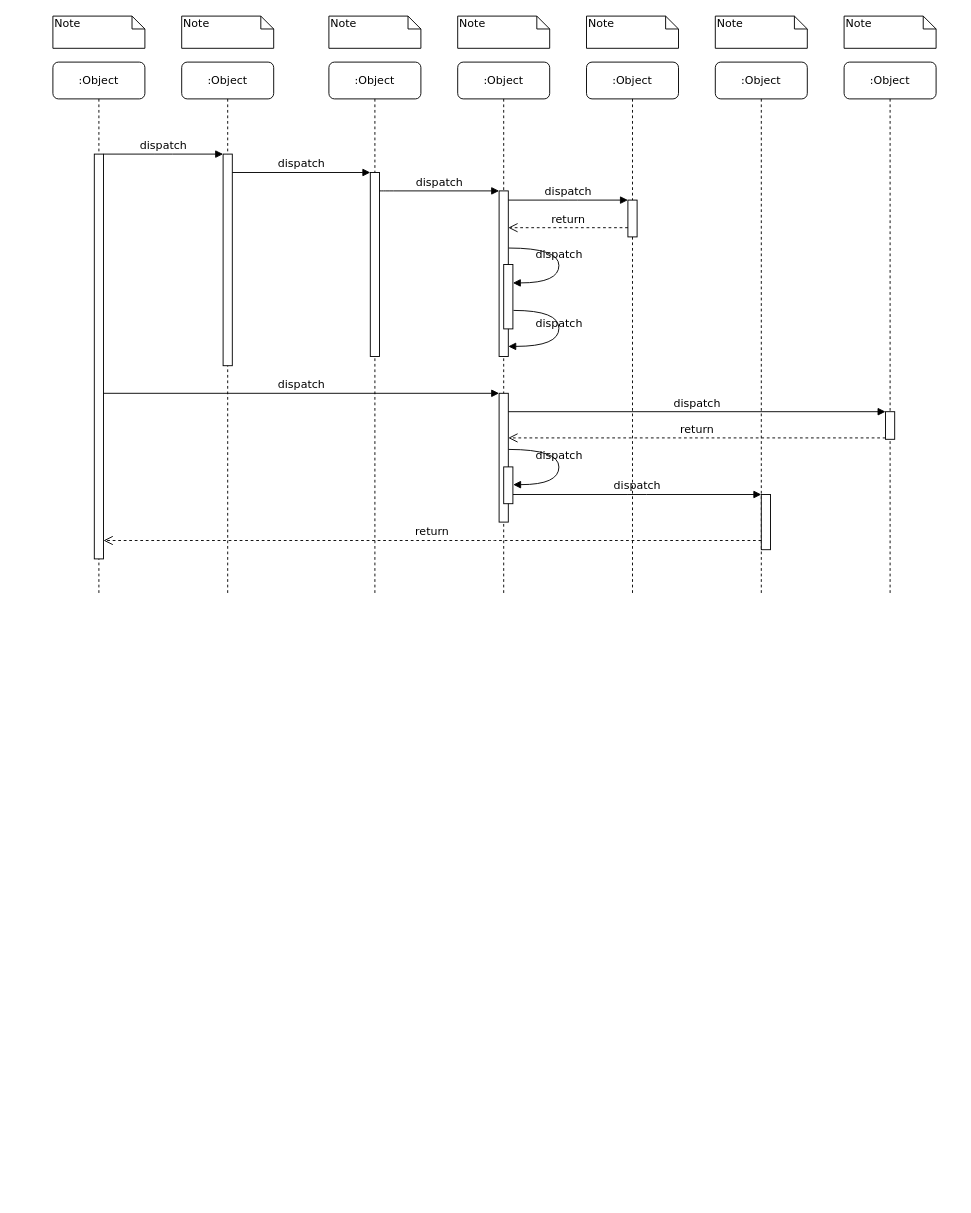
The draw.io diagram Delivarable3/SequenceDiagram/Untitled Diagram.drawio in TMCEID/SoftEngFishApp, before the edit. Source tidied: cells renumbered, new cells numbered last; positions are measured from the earlier drawing's top-left corner, leaving out a move shared by most shapes. Both pictures are drawn from the tidied source at 92%, with x=0, y=0 at pixel (52, 16).
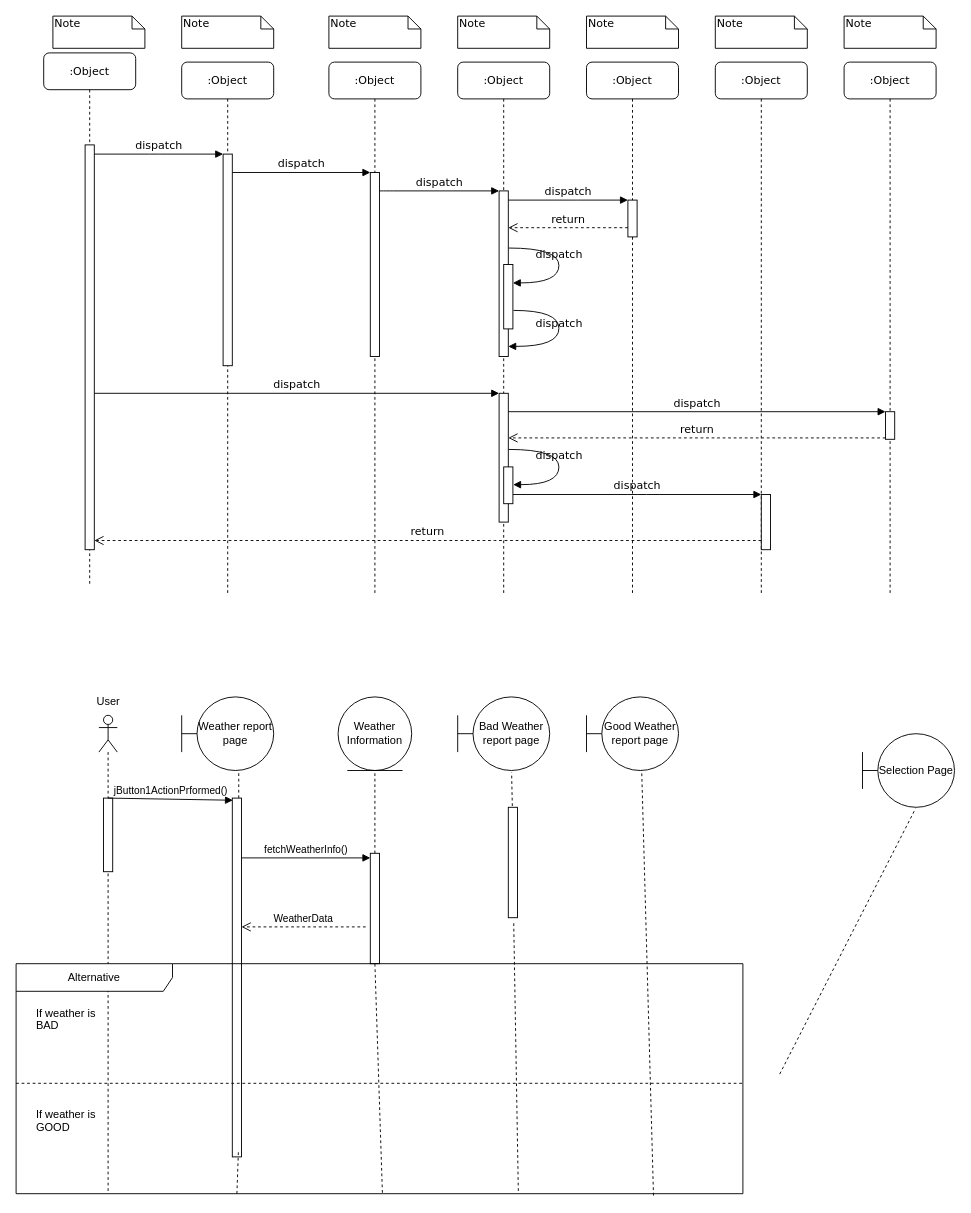
After the change.

Change to the diagram source:
```diff
@@
     <mxCell id="10" value=":Object" style="shape=umlLifeline;perimeter=lifelinePerimeter;whiteSpace=wrap;html=1;rounded=1;shadow=0;comic=0;labelBackgroundColor=none;strokeWidth=1;fontFamily=Verdana;fontSize=12;align=center;" parent="1" vertex="1">
-      <mxGeometry y="50" width="100" height="580" as="geometry" />
+      <mxGeometry x="-10" y="40" width="100" height="580" as="geometry" />
     </mxCell>
@@
+    <mxCell id="39" value="Weather report page" style="shape=umlBoundary;whiteSpace=wrap;html=1;" parent="1" vertex="1">
+      <mxGeometry x="140" y="740" width="100" height="80" as="geometry" />
+    </mxCell>
+    <mxCell id="40" value="Bad Weather report page" style="shape=umlBoundary;whiteSpace=wrap;html=1;" parent="1" vertex="1">
+      <mxGeometry x="440" y="740" width="100" height="80" as="geometry" />
+    </mxCell>
+    <mxCell id="41" value="Good Weather report page" style="shape=umlBoundary;whiteSpace=wrap;html=1;" parent="1" vertex="1">
+      <mxGeometry x="580" y="740" width="100" height="80" as="geometry" />
+    </mxCell>
+    <mxCell id="42" value="Selection Page" style="shape=umlBoundary;whiteSpace=wrap;html=1;" parent="1" vertex="1">
+      <mxGeometry x="880" y="780" width="100" height="80" as="geometry" />
+    </mxCell>
+    <mxCell id="43" style="shape=umlLifeline;perimeter=lifelinePerimeter;whiteSpace=wrap;html=1;newEdgeStyle={&quot;curved&quot;:0,&quot;rounded&quot;:0};participant=umlActor;" parent="1" vertex="1">
+      <mxGeometry x="50" y="760" width="20" height="520" as="geometry" />
+    </mxCell>
+    <mxCell id="44" style="html=1;perimeter=orthogonalPerimeter;targetShapes=umlLifeline;newEdgeStyle={&quot;curved&quot;:0,&quot;rounded&quot;:0};" parent="43" vertex="1">
+      <mxGeometry x="5" y="90" width="10" height="80" as="geometry" />
+    </mxCell>
+    <mxCell id="45" value="User" style="text;html=1;align=center;verticalAlign=middle;strokeColor=none;fillColor=none;" parent="1" vertex="1">
+      <mxGeometry x="35" y="730" width="50" height="30" as="geometry" />
+    </mxCell>
+    <mxCell id="46" style="html=1;verticalAlign=bottom;endArrow=none;dashed=1;labelBackgroundColor=none;fontFamily=Verdana;fontSize=12;elbow=vertical;startFill=0;entryX=0.62;entryY=1.016;entryDx=0;entryDy=0;entryPerimeter=0;" parent="1" edge="1" source="51" target="39">
+      <mxGeometry relative="1" as="geometry" />
+    </mxCell>
+    <mxCell id="47" style="html=1;verticalAlign=bottom;endArrow=none;dashed=1;labelBackgroundColor=none;fontFamily=Verdana;fontSize=12;elbow=vertical;startFill=0;entryX=0.586;entryY=1.027;entryDx=0;entryDy=0;entryPerimeter=0;exitX=0.691;exitY=0.988;exitDx=0;exitDy=0;exitPerimeter=0;" parent="1" edge="1" source="63" target="40">
+      <mxGeometry relative="1" as="geometry" />
+    </mxCell>
+    <mxCell id="48" style="html=1;verticalAlign=bottom;endArrow=none;dashed=1;labelBackgroundColor=none;fontFamily=Verdana;fontSize=12;elbow=vertical;startFill=0;entryX=0.577;entryY=1.016;entryDx=0;entryDy=0;entryPerimeter=0;" parent="1" edge="1" target="42">
+      <mxGeometry relative="1" as="geometry">
+        <mxPoint x="790" y="1150" as="sourcePoint" />
+      </mxGeometry>
+    </mxCell>
+    <mxCell id="49" style="html=1;verticalAlign=bottom;endArrow=none;dashed=1;labelBackgroundColor=none;fontFamily=Verdana;fontSize=12;elbow=vertical;startFill=0;entryX=0.6;entryY=1;entryDx=0;entryDy=0;entryPerimeter=0;exitX=0.877;exitY=1.008;exitDx=0;exitDy=0;exitPerimeter=0;" parent="1" edge="1" source="58" target="41">
+      <mxGeometry relative="1" as="geometry" />
+    </mxCell>
+    <mxCell id="50" value="jButton1ActionPrformed()" style="html=1;verticalAlign=bottom;endArrow=block;curved=0;rounded=0;entryX=0.064;entryY=0.006;entryDx=0;entryDy=0;entryPerimeter=0;" parent="1" edge="1" target="51">
+      <mxGeometry relative="1" as="geometry">
+        <mxPoint x="60" y="850" as="sourcePoint" />
+      </mxGeometry>
+    </mxCell>
+    <mxCell id="51" style="html=1;points=[[0,0,0,0,5],[0,1,0,0,-5],[1,0,0,0,5],[1,1,0,0,-5]];perimeter=orthogonalPerimeter;outlineConnect=0;targetShapes=umlLifeline;portConstraint=eastwest;newEdgeStyle={&quot;curved&quot;:0,&quot;rounded&quot;:0};" parent="1" vertex="1">
+      <mxGeometry x="195" y="850" width="10" height="390" as="geometry" />
+    </mxCell>
+    <mxCell id="52" value="Weather Information" style="ellipse;shape=umlEntity;whiteSpace=wrap;html=1;" parent="1" vertex="1">
+      <mxGeometry x="310" y="740" width="80" height="80" as="geometry" />
+    </mxCell>
+    <mxCell id="53" style="html=1;verticalAlign=bottom;endArrow=none;dashed=1;labelBackgroundColor=none;fontFamily=Verdana;fontSize=12;elbow=vertical;startFill=0;entryX=0.5;entryY=1;entryDx=0;entryDy=0;" parent="1" edge="1" source="55" target="52">
+      <mxGeometry relative="1" as="geometry" />
+    </mxCell>
+    <mxCell id="54" style="html=1;verticalAlign=bottom;endArrow=none;dashed=1;labelBackgroundColor=none;fontFamily=Verdana;fontSize=12;elbow=vertical;startFill=0;entryX=0.5;entryY=1;entryDx=0;entryDy=0;exitX=0.504;exitY=0.996;exitDx=0;exitDy=0;exitPerimeter=0;" parent="1" edge="1" source="58" target="55">
+      <mxGeometry relative="1" as="geometry" />
+    </mxCell>
+    <mxCell id="55" style="html=1;points=[[0,0,0,0,5],[0,1,0,0,-5],[1,0,0,0,5],[1,1,0,0,-5]];perimeter=orthogonalPerimeter;outlineConnect=0;targetShapes=umlLifeline;portConstraint=eastwest;newEdgeStyle={&quot;curved&quot;:0,&quot;rounded&quot;:0};" parent="1" vertex="1">
+      <mxGeometry x="345" y="910" width="10" height="120" as="geometry" />
+    </mxCell>
+    <mxCell id="56" value="fetchWeatherInfo()" style="html=1;verticalAlign=bottom;endArrow=block;curved=0;rounded=0;entryX=0;entryY=0;entryDx=0;entryDy=5;entryPerimeter=0;" parent="1" edge="1" source="51" target="55">
+      <mxGeometry relative="1" as="geometry" />
+    </mxCell>
+    <mxCell id="57" value="WeatherData" style="html=1;verticalAlign=bottom;endArrow=open;dashed=1;endSize=8;curved=0;rounded=0;" parent="1" edge="1" target="51">
+      <mxGeometry relative="1" as="geometry">
+        <mxPoint x="340" y="990" as="sourcePoint" />
+      </mxGeometry>
+    </mxCell>
+    <mxCell id="58" value="Alternative" style="shape=umlFrame;whiteSpace=wrap;html=1;width=170;" parent="1" vertex="1">
+      <mxGeometry x="-40" y="1030" width="790" height="250" as="geometry" />
+    </mxCell>
+    <mxCell id="59" value="&lt;div&gt;If weather is&amp;nbsp;&lt;/div&gt;&lt;div&gt;BAD&lt;/div&gt;" style="text;html=1;" parent="58" vertex="1">
+      <mxGeometry width="100" height="20" relative="1" as="geometry">
+        <mxPoint x="20" y="40" as="offset" />
+      </mxGeometry>
+    </mxCell>
+    <mxCell id="60" value="&lt;div&gt;If weather is &lt;br&gt;&lt;/div&gt;&lt;div&gt;GOOD&lt;/div&gt;" style="line;strokeWidth=1;dashed=1;labelPosition=center;verticalLabelPosition=bottom;align=left;verticalAlign=top;spacingLeft=20;spacingTop=15;html=1;whiteSpace=wrap;" parent="58" vertex="1">
+      <mxGeometry y="125" width="790" height="10" as="geometry" />
+    </mxCell>
+    <mxCell id="61" style="html=1;verticalAlign=bottom;endArrow=none;dashed=1;labelBackgroundColor=none;fontFamily=Verdana;fontSize=12;elbow=vertical;startFill=0;exitX=0.308;exitY=1.012;exitDx=0;exitDy=0;exitPerimeter=0;entryX=1;entryY=1;entryDx=0;entryDy=-5;entryPerimeter=0;" parent="58" edge="1">
+      <mxGeometry relative="1" as="geometry">
+        <mxPoint x="240" y="250" as="sourcePoint" />
+        <mxPoint x="241.7" y="202" as="targetPoint" />
+      </mxGeometry>
+    </mxCell>
+    <mxCell id="62" style="html=1;verticalAlign=bottom;endArrow=none;dashed=1;labelBackgroundColor=none;fontFamily=Verdana;fontSize=12;elbow=vertical;startFill=0;entryX=0.586;entryY=1.027;entryDx=0;entryDy=0;entryPerimeter=0;exitX=0.691;exitY=0.988;exitDx=0;exitDy=0;exitPerimeter=0;" parent="1" edge="1" source="58" target="63">
+      <mxGeometry relative="1" as="geometry" />
+    </mxCell>
+    <mxCell id="63" style="html=1;points=[[0,0,0,0,5],[0,1,0,0,-5],[1,0,0,0,5],[1,1,0,0,-5]];perimeter=orthogonalPerimeter;outlineConnect=0;targetShapes=umlLifeline;portConstraint=eastwest;newEdgeStyle={&quot;curved&quot;:0,&quot;rounded&quot;:0};" parent="1" vertex="1">
+      <mxGeometry x="495" y="860" width="10" height="120" as="geometry" />
+    </mxCell>
```
